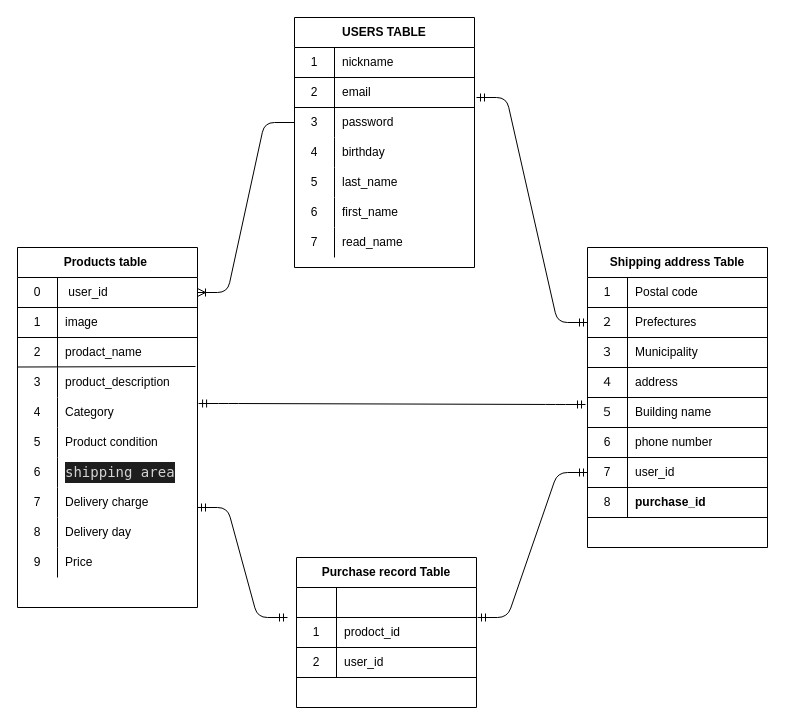
The draw.io diagram Database design.dio in ryota-kanaumi/furima-34705, before the edit. Source tidied: cells renumbered, new cells numbered last; positions are measured from the earlier drawing's top-left corner, leaving out a move shared by most shapes. Both pictures are drawn from the tidied source at 100%, with x=0, y=0 at pixel (17, 17).
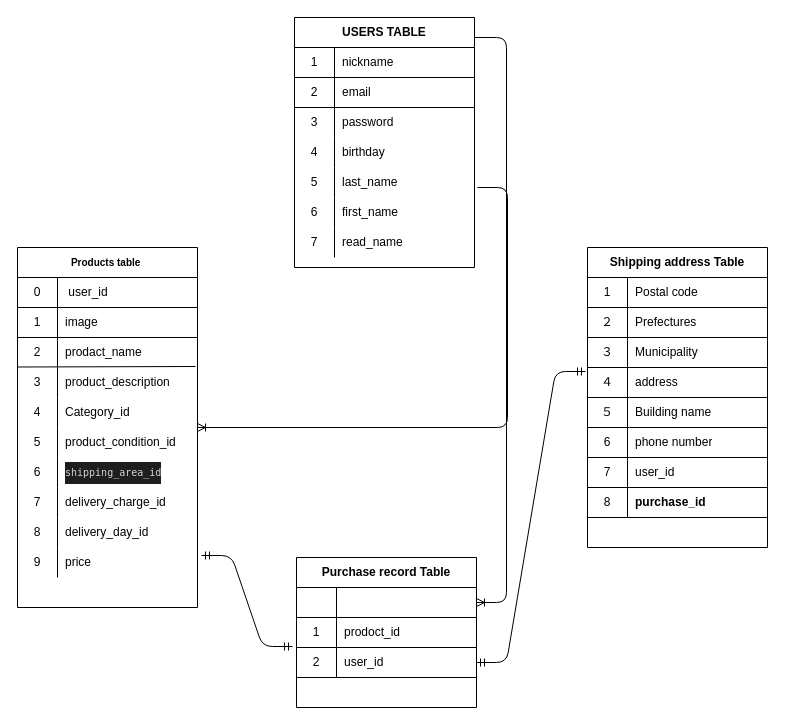
Above is the later version.

Commit message (it also covers changes not shown here):
データベース設計の修正③

The change refers to these unchanged cells:
```xml
<mxCell id="2" value="USERS TABLE" style="shape=table;html=1;whiteSpace=wrap;startSize=30;childLayout=tableLayout;rowLines=0;fontStyle=1;align=center;" parent="1" vertex="1">
  <mxGeometry x="277" width="180" height="250" as="geometry" />
</mxCell>
<mxCell id="9" style="shape=partialRectangle;html=1;whiteSpace=wrap;fillColor=none;top=0;left=0;bottom=0;right=0;points=[[0,0.5],[1,0.5]];portConstraint=eastwest;" parent="2" vertex="1">
  <mxGeometry y="90" width="180" height="30" as="geometry" />
</mxCell>
<mxCell id="25" style="shape=partialRectangle;html=1;whiteSpace=wrap;fillColor=none;top=0;left=0;bottom=1;right=0;points=[[0,0.5],[1,0.5]];portConstraint=eastwest;" parent="24" vertex="1">
  <mxGeometry y="30" width="180" height="30" as="geometry" />
</mxCell>
<mxCell id="37" style="shape=partialRectangle;html=1;whiteSpace=wrap;fillColor=none;top=0;left=0;bottom=0;right=0;points=[[0,0.5],[1,0.5]];portConstraint=eastwest;" parent="24" vertex="1">
  <mxGeometry y="150" width="180" height="30" as="geometry" />
</mxCell>
<mxCell id="40" style="shape=partialRectangle;html=1;whiteSpace=wrap;fillColor=none;top=0;left=0;bottom=0;right=0;" parent="24" vertex="1">
  <mxGeometry y="180" width="180" height="30" as="geometry" />
</mxCell>
<mxCell id="43" style="shape=partialRectangle;html=1;whiteSpace=wrap;fillColor=none;top=0;left=0;bottom=0;right=0;" parent="24" vertex="1">
  <mxGeometry y="210" width="180" height="30" as="geometry" />
</mxCell>
<mxCell id="46" style="shape=partialRectangle;html=1;whiteSpace=wrap;fillColor=none;top=0;left=0;bottom=0;right=0;" parent="24" vertex="1">
  <mxGeometry y="240" width="180" height="30" as="geometry" />
</mxCell>
<mxCell id="49" style="shape=partialRectangle;html=1;whiteSpace=wrap;fillColor=none;top=0;left=0;bottom=0;right=0;" parent="24" vertex="1">
  <mxGeometry y="270" width="180" height="30" as="geometry" />
</mxCell>
<mxCell id="52" style="shape=partialRectangle;html=1;whiteSpace=wrap;fillColor=none;top=0;left=0;bottom=0;right=0;points=[[0,0.5],[1,0.5]];portConstraint=eastwest;" parent="24" vertex="1">
  <mxGeometry y="300" width="180" height="30" as="geometry" />
</mxCell>
<mxCell id="56" style="shape=partialRectangle;html=1;whiteSpace=wrap;fillColor=none;top=0;left=0;bottom=1;right=0;points=[[0,0.5],[1,0.5]];portConstraint=eastwest;" parent="55" vertex="1">
  <mxGeometry y="30" width="180" height="30" as="geometry" />
</mxCell>
<mxCell id="59" style="shape=partialRectangle;html=1;whiteSpace=wrap;fillColor=none;top=0;left=0;bottom=1;right=0;points=[[0,0.5],[1,0.5]];portConstraint=eastwest;" parent="55" vertex="1">
  <mxGeometry y="60" width="180" height="30" as="geometry" />
</mxCell>
<mxCell id="62" style="shape=partialRectangle;html=1;whiteSpace=wrap;fillColor=none;top=0;left=0;bottom=1;right=0;points=[[0,0.5],[1,0.5]];portConstraint=eastwest;" parent="55" vertex="1">
  <mxGeometry y="90" width="180" height="30" as="geometry" />
</mxCell>
<mxCell id="69" style="shape=partialRectangle;html=1;whiteSpace=wrap;fillColor=none;top=0;left=0;bottom=1;right=0;points=[[0,0.5],[1,0.5]];portConstraint=eastwest;" parent="65" vertex="1">
  <mxGeometry y="60" width="180" height="30" as="geometry" />
</mxCell>
<mxCell id="75" style="shape=partialRectangle;html=1;whiteSpace=wrap;fillColor=none;top=0;left=0;bottom=1;right=0;points=[[0,0.5],[1,0.5]];portConstraint=eastwest;" parent="65" vertex="1">
  <mxGeometry y="120" width="180" height="30" as="geometry" />
</mxCell>
<mxCell id="78" style="shape=partialRectangle;html=1;whiteSpace=wrap;fillColor=none;top=0;left=0;bottom=1;right=0;points=[[0,0.5],[1,0.5]];portConstraint=eastwest;" parent="65" vertex="1">
  <mxGeometry y="150" width="180" height="30" as="geometry" />
</mxCell>
<mxCell id="84" style="shape=partialRectangle;html=1;whiteSpace=wrap;fillColor=none;top=0;left=0;bottom=1;right=0;points=[[0,0.5],[1,0.5]];portConstraint=eastwest;" parent="65" vertex="1">
  <mxGeometry y="210" width="180" height="30" as="geometry" />
</mxCell>
```

Diff of the diagram source:
```diff
@@
-    <mxCell id="24" value="Products table&amp;nbsp;" style="shape=table;html=1;whiteSpace=wrap;startSize=30;childLayout=tableLayout;rowLines=0;fontStyle=1;align=center;" parent="1" vertex="1">
+    <mxCell id="24" value="Products table&amp;nbsp;" style="shape=table;html=1;whiteSpace=wrap;startSize=30;childLayout=tableLayout;rowLines=0;fontStyle=1;align=center;fontSize=10;" parent="1" vertex="1">
       <mxGeometry y="230" width="180" height="360" as="geometry" />
     </mxCell>
@@
-    <mxCell id="39" value="&lt;span&gt;Category&lt;/span&gt;" style="shape=partialRectangle;html=1;whiteSpace=wrap;fillColor=none;top=0;left=0;bottom=0;right=0;align=left;spacingLeft=6;overflow=hidden;" parent="37" vertex="1">
+    <mxCell id="39" value="&lt;span&gt;Category_id&lt;/span&gt;" style="shape=partialRectangle;html=1;whiteSpace=wrap;fillColor=none;top=0;left=0;bottom=0;right=0;align=left;spacingLeft=6;overflow=hidden;" parent="37" vertex="1">
       <mxGeometry x="40" width="140" height="30" as="geometry" />
     </mxCell>
@@
-    <mxCell id="42" value="&lt;span&gt;Product condition&lt;/span&gt;" style="shape=partialRectangle;html=1;whiteSpace=wrap;fillColor=none;top=0;left=0;bottom=0;right=0;align=left;spacingLeft=6;overflow=hidden;" parent="40" vertex="1">
+    <mxCell id="42" value="&lt;span&gt;product_condition_id&lt;/span&gt;" style="shape=partialRectangle;html=1;whiteSpace=wrap;fillColor=none;top=0;left=0;bottom=0;right=0;align=left;spacingLeft=6;overflow=hidden;" parent="40" vertex="1">
       <mxGeometry x="40" width="140" height="30" as="geometry" />
     </mxCell>
@@
-    <mxCell id="45" value="&lt;div style=&quot;color: rgb(212 , 212 , 212) ; background-color: rgb(30 , 30 , 30) ; font-family: &amp;#34;menlo&amp;#34; , &amp;#34;monaco&amp;#34; , &amp;#34;courier new&amp;#34; , monospace ; font-size: 14px ; line-height: 21px&quot;&gt;shipping area&lt;/div&gt;" style="shape=partialRectangle;html=1;whiteSpace=wrap;fillColor=none;top=0;left=0;bottom=0;right=0;align=left;spacingLeft=6;overflow=hidden;" parent="43" vertex="1">
+    <mxCell id="45" value="&lt;div style=&quot;color: rgb(212 , 212 , 212) ; background-color: rgb(30 , 30 , 30) ; font-family: &amp;#34;menlo&amp;#34; , &amp;#34;monaco&amp;#34; , &amp;#34;courier new&amp;#34; , monospace ; line-height: 21px&quot;&gt;&lt;font style=&quot;font-size: 10px&quot;&gt;shipping_area_id&lt;/font&gt;&lt;/div&gt;" style="shape=partialRectangle;html=1;whiteSpace=wrap;fillColor=none;top=0;left=0;bottom=0;right=0;align=left;spacingLeft=6;overflow=hidden;fontSize=8;" parent="43" vertex="1">
       <mxGeometry x="40" width="140" height="30" as="geometry" />
     </mxCell>
@@
-    <mxCell id="48" value="Delivery charge" style="shape=partialRectangle;html=1;whiteSpace=wrap;fillColor=none;top=0;left=0;bottom=0;right=0;align=left;spacingLeft=6;overflow=hidden;" parent="46" vertex="1">
+    <mxCell id="48" value="delivery_charge_id" style="shape=partialRectangle;html=1;whiteSpace=wrap;fillColor=none;top=0;left=0;bottom=0;right=0;align=left;spacingLeft=6;overflow=hidden;" parent="46" vertex="1">
       <mxGeometry x="40" width="140" height="30" as="geometry" />
     </mxCell>
@@
-    <mxCell id="51" value="Delivery day" style="shape=partialRectangle;html=1;whiteSpace=wrap;fillColor=none;top=0;left=0;bottom=0;right=0;align=left;spacingLeft=6;overflow=hidden;" parent="49" vertex="1">
+    <mxCell id="51" value="delivery_day_id" style="shape=partialRectangle;html=1;whiteSpace=wrap;fillColor=none;top=0;left=0;bottom=0;right=0;align=left;spacingLeft=6;overflow=hidden;" parent="49" vertex="1">
       <mxGeometry x="40" width="140" height="30" as="geometry" />
     </mxCell>
@@
-    <mxCell id="54" value="Price" style="shape=partialRectangle;html=1;whiteSpace=wrap;fillColor=none;top=0;left=0;bottom=0;right=0;align=left;spacingLeft=6;overflow=hidden;" parent="52" vertex="1">
+    <mxCell id="54" value="price" style="shape=partialRectangle;html=1;whiteSpace=wrap;fillColor=none;top=0;left=0;bottom=0;right=0;align=left;spacingLeft=6;overflow=hidden;" parent="52" vertex="1">
       <mxGeometry x="40" width="140" height="30" as="geometry" />
     </mxCell>
@@
-    <mxCell id="91" style="edgeStyle=entityRelationEdgeStyle;fontSize=12;html=1;endArrow=ERmandOne;startArrow=ERmandOne;exitX=1.006;exitY=0.2;exitDx=0;exitDy=0;exitPerimeter=0;entryX=-0.011;entryY=0.233;entryDx=0;entryDy=0;entryPerimeter=0;" parent="1" edge="1" source="37" target="78">
-      <mxGeometry relative="1" as="geometry" />
-    </mxCell>
-    <mxCell id="92" style="edgeStyle=entityRelationEdgeStyle;fontSize=12;html=1;endArrow=ERoneToMany;" parent="1" edge="1" source="9" target="25">
-      <mxGeometry relative="1" as="geometry" />
-    </mxCell>
-    <mxCell id="93" style="edgeStyle=entityRelationEdgeStyle;fontSize=12;html=1;endArrow=ERmandOne;startArrow=ERmandOne;entryX=0;entryY=0.5;entryDx=0;entryDy=0;" parent="1" edge="1" target="69">
-      <mxGeometry relative="1" as="geometry">
-        <mxPoint x="459" y="80" as="sourcePoint" />
-      </mxGeometry>
-    </mxCell>
-    <mxCell id="94" style="edgeStyle=entityRelationEdgeStyle;fontSize=12;html=1;endArrow=ERmandOne;startArrow=ERmandOne;entryX=0;entryY=0.5;entryDx=0;entryDy=0;" parent="1" edge="1" target="84">
-      <mxGeometry relative="1" as="geometry">
-        <mxPoint x="460" y="600" as="sourcePoint" />
-      </mxGeometry>
-    </mxCell>
-    <mxCell id="95" style="edgeStyle=entityRelationEdgeStyle;fontSize=12;html=1;endArrow=ERmandOne;startArrow=ERmandOne;" parent="1" edge="1">
-      <mxGeometry relative="1" as="geometry">
-        <mxPoint x="180" y="490" as="sourcePoint" />
-        <mxPoint x="270" y="600" as="targetPoint" />
-      </mxGeometry>
-    </mxCell>
+    <mxCell id="96" style="edgeStyle=entityRelationEdgeStyle;fontSize=12;html=1;endArrow=ERoneToMany;" parent="1" edge="1" target="24">
+      <mxGeometry relative="1" as="geometry">
+        <mxPoint x="460" y="170" as="sourcePoint" />
+      </mxGeometry>
+    </mxCell>
+    <mxCell id="97" style="edgeStyle=entityRelationEdgeStyle;fontSize=12;html=1;endArrow=ERoneToMany;exitX=1;exitY=0.08;exitDx=0;exitDy=0;exitPerimeter=0;" parent="1" edge="1" source="2" target="56">
+      <mxGeometry relative="1" as="geometry" />
+    </mxCell>
+    <mxCell id="98" style="edgeStyle=entityRelationEdgeStyle;fontSize=12;html=1;endArrow=ERmandOne;startArrow=ERmandOne;entryX=-0.022;entryY=0.967;entryDx=0;entryDy=0;entryPerimeter=0;exitX=1.022;exitY=0.267;exitDx=0;exitDy=0;exitPerimeter=0;" parent="1" edge="1" source="52" target="59">
+      <mxGeometry relative="1" as="geometry" />
+    </mxCell>
+    <mxCell id="99" style="edgeStyle=entityRelationEdgeStyle;fontSize=12;html=1;endArrow=ERmandOne;startArrow=ERmandOne;entryX=-0.011;entryY=0.133;entryDx=0;entryDy=0;entryPerimeter=0;exitX=1;exitY=0.5;exitDx=0;exitDy=0;" parent="1" edge="1" source="62" target="75">
+      <mxGeometry relative="1" as="geometry" />
+    </mxCell>
```
